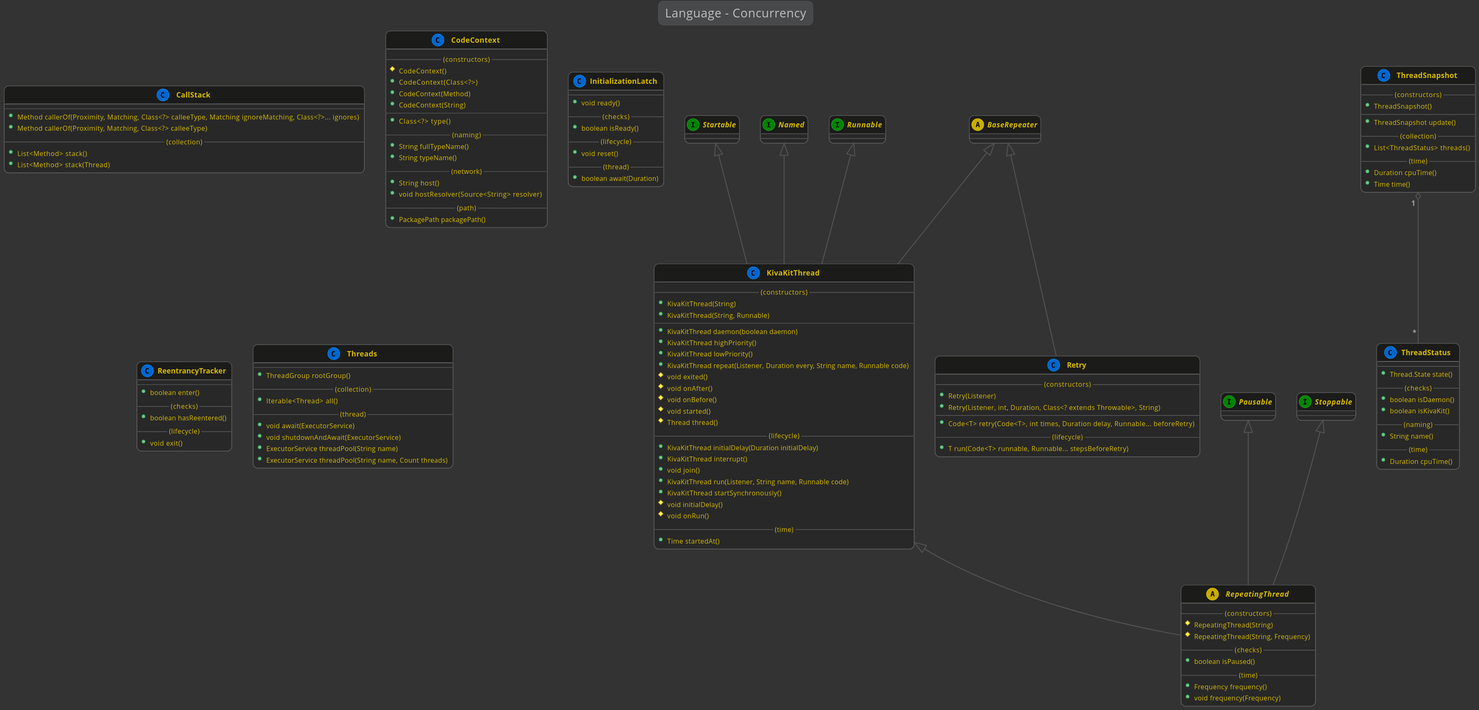
This is kivakit-core/kernel/documentation/diagrams/diagram-language-thread.svg from Telenav/kivakit, a PlantUML export, as it was before one commit.
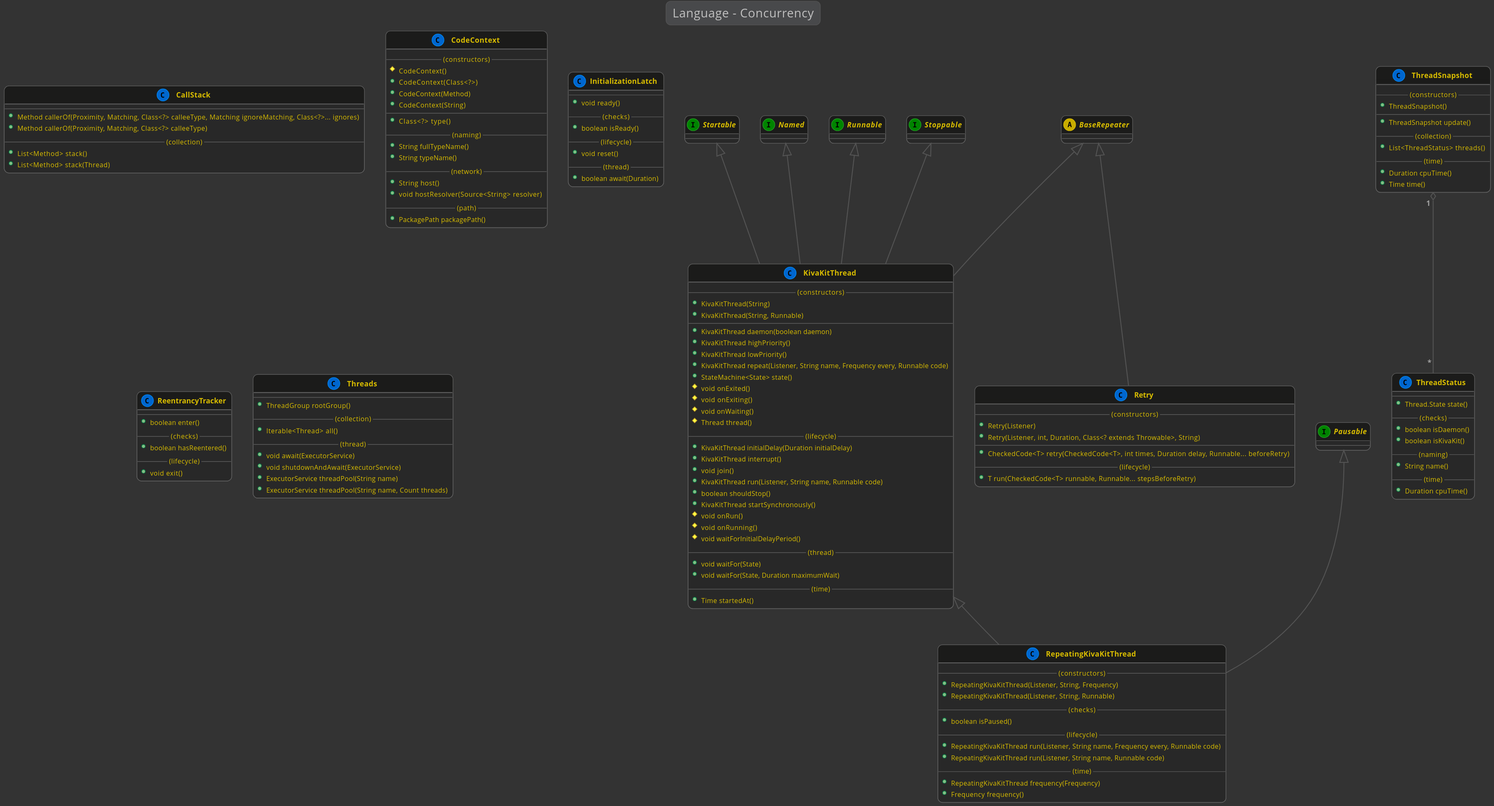
Above is the later version.

What changed in the source:
```diff
@@ -9,8 +9,8 @@
     interface Startable
     interface Named
     interface Runnable
+    interface Stoppable
     interface Pausable
-    interface Stoppable
 
     class CallStack
     {
@@ -56,6 +56,7 @@
     BaseRepeater <|-- KivaKitThread
     Startable <|-- KivaKitThread
     Runnable <|-- KivaKitThread
+    Stoppable <|-- KivaKitThread
     Named <|-- KivaKitThread
     class KivaKitThread
     {
@@ -66,20 +67,25 @@
         +KivaKitThread daemon(boolean daemon)
         +KivaKitThread highPriority()
         +KivaKitThread lowPriority()
-        +KivaKitThread repeat(Listener, Duration every, String name, Runnable code)
-        #void exited()
-        #void onAfter()
-        #void onBefore()
-        #void started()
+        +KivaKitThread repeat(Listener, String name, Frequency every, Runnable code)
+        +StateMachine<State> state()
+        #void onExited()
+        #void onExiting()
+        #void onWaiting()
         #Thread thread()
         --(lifecycle)--
         +KivaKitThread initialDelay(Duration initialDelay)
         +KivaKitThread interrupt()
         +void join()
         +KivaKitThread run(Listener, String name, Runnable code)
+        +boolean shouldStop()
         +KivaKitThread startSynchronously()
-        #void initialDelay()
         #void onRun()
+        #void onRunning()
+        #void waitForInitialDelayPeriod()
+        --(thread)--
+        +void waitFor(State)
+        +void waitFor(State, Duration maximumWait)
         --(time)--
         +Time startedAt()
     }
@@ -94,19 +100,21 @@
         +void exit()
     }
 
-    KivaKitThread <|-- RepeatingThread
-    Pausable <|-- RepeatingThread
-    Stoppable <|-- RepeatingThread
-    abstract class RepeatingThread
+    KivaKitThread <|-- RepeatingKivaKitThread
+    Pausable <|-- RepeatingKivaKitThread
+    class RepeatingKivaKitThread
     {
         --(constructors)--
-        #RepeatingThread(String)
-        #RepeatingThread(String, Frequency)
+        +RepeatingKivaKitThread(Listener, String, Frequency)
+        +RepeatingKivaKitThread(Listener, String, Runnable)
         --(checks)--
         +boolean isPaused()
+        --(lifecycle)--
+        +RepeatingKivaKitThread run(Listener, String name, Frequency every, Runnable code)
+        +RepeatingKivaKitThread run(Listener, String name, Runnable code)
         --(time)--
+        +RepeatingKivaKitThread frequency(Frequency)
         +Frequency frequency()
-        +void frequency(Frequency)
     }
 
     BaseRepeater <|-- Retry
@@ -116,9 +124,9 @@
         +Retry(Listener)
         +Retry(Listener, int, Duration, Class<? extends Throwable>, String)
         --
-        +Code<T> retry(Code<T>, int times, Duration delay, Runnable... beforeRetry)
+        +CheckedCode<T> retry(CheckedCode<T>, int times, Duration delay, Runnable... beforeRetry)
         --(lifecycle)--
-        +T run(Code<T> runnable, Runnable... stepsBeforeRetry)
+        +T run(CheckedCode<T> runnable, Runnable... stepsBeforeRetry)
     }
 
     ThreadSnapshot "1" o-- "*" ThreadStatus
```
